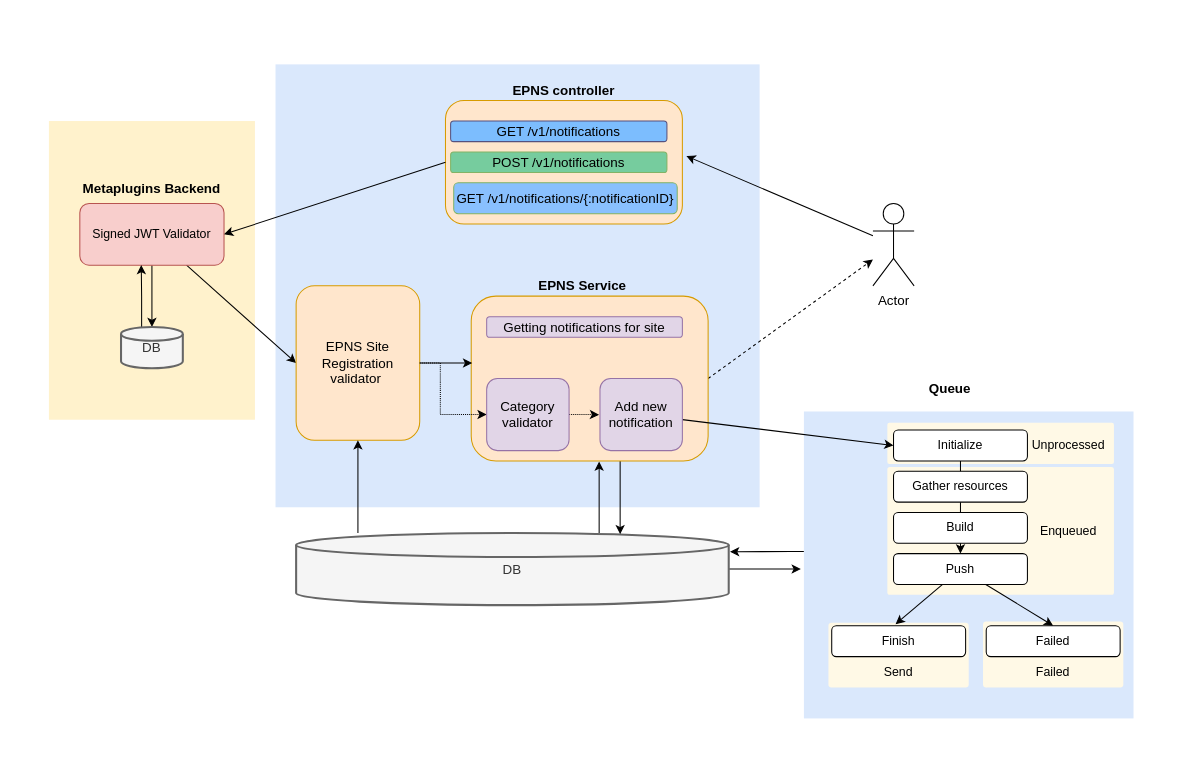
Earlier version of the draw.io diagram notification.drawio (rocktr0724/EPNS-Docs). Source tidied: cells renumbered, new cells numbered last; positions are measured from the earlier drawing's top-left corner, leaving out a move shared by most shapes. Both pictures are drawn from the tidied source at 103%, with x=0, y=0 at pixel (48, 64).
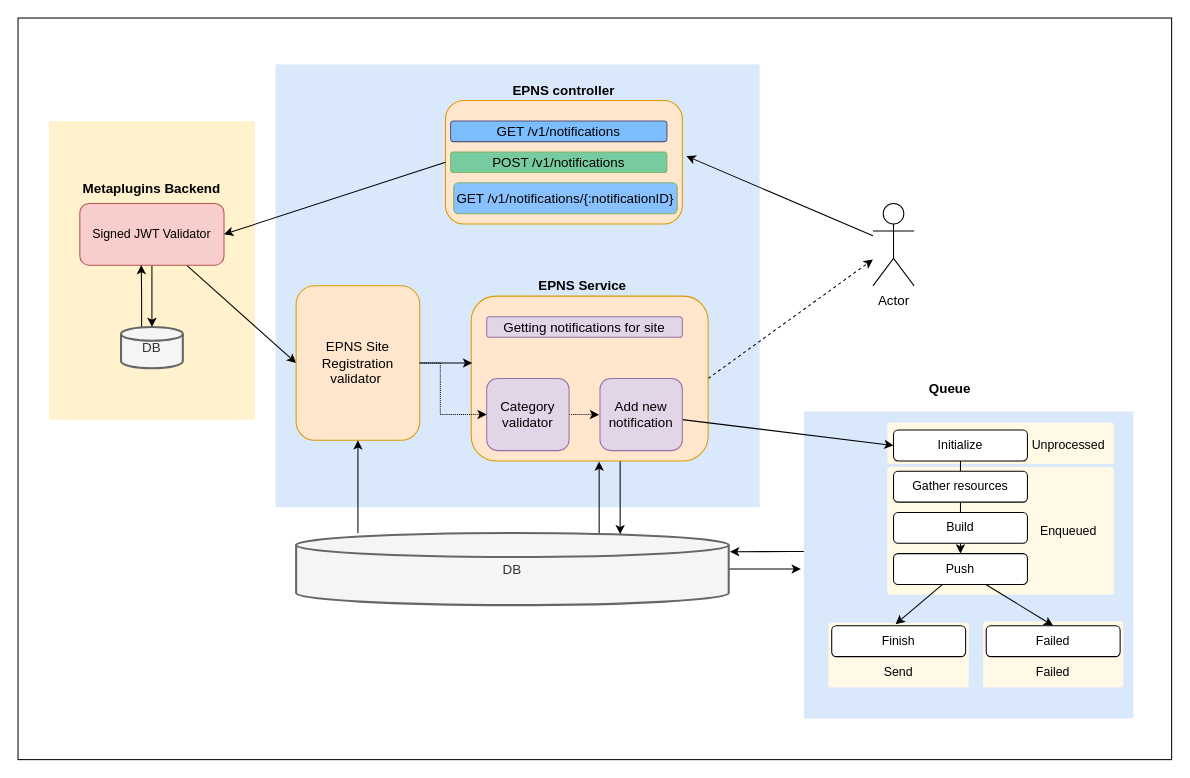
The same page after the edit.

The edit, as a diff of the source:
```diff
@@
+    <mxCell id="54" style="rounded=0;whiteSpace=wrap;html=1;" parent="1" vertex="1">
+      <mxGeometry x="-30" y="-45" width="1120" height="720" as="geometry" />
+    </mxCell>
```
